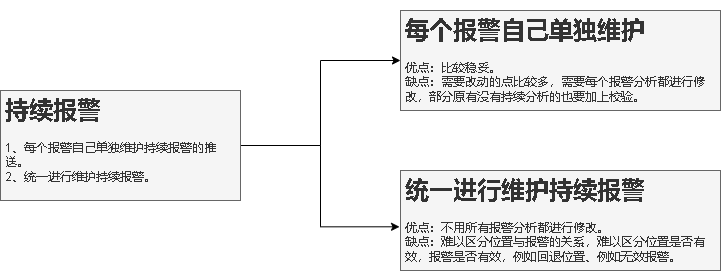
The draw.io diagram 持续报警.drawio.png in xktder/draw, before a commit. Source tidied: cells renumbered, new cells last; positions are measured from the earlier drawing's top-left corner, leaving out a move shared by most shapes.
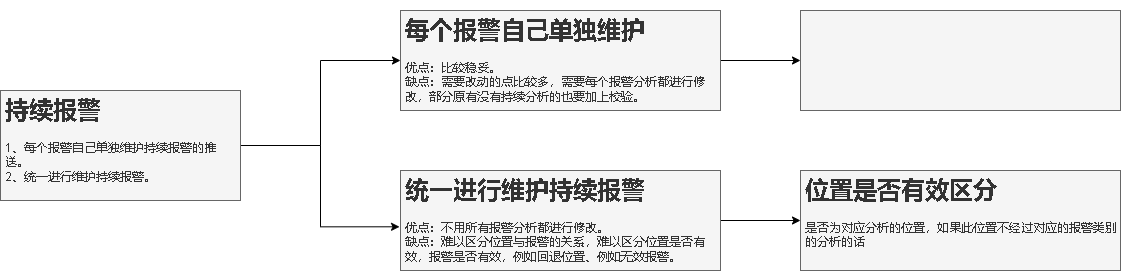
After the commit.

Commit message:
更新持续报警.drawio.png

Diff of the diagram source:
```diff
@@ -11,11 +11,23 @@
     <mxCell id="4" value="&lt;h1&gt;持续报警&lt;/h1&gt;&lt;div&gt;1、每个报警自己单独维护持续报警的推送。&lt;/div&gt;&lt;div&gt;2、统一进行维护持续报警。&lt;/div&gt;" style="text;html=1;spacing=5;spacingTop=-20;whiteSpace=wrap;overflow=hidden;rounded=0;fillColor=#f5f5f5;fontColor=#333333;strokeColor=#666666;" parent="1" vertex="1">
       <mxGeometry y="80" width="240" height="110" as="geometry" />
     </mxCell>
+    <mxCell id="7" style="edgeStyle=orthogonalEdgeStyle;rounded=0;jettySize=auto;html=1;" parent="1" edge="1" source="5" target="9">
+      <mxGeometry relative="1" as="geometry" />
+    </mxCell>
     <mxCell id="5" value="&lt;h1&gt;每个报警自己单独维护&lt;/h1&gt;&lt;div&gt;优点：比较稳妥。&lt;/div&gt;&lt;div&gt;缺点：需要改动的点比较多，需要每个报警分析都进行修改，部分原有没有持续分析的也要加上校验。&lt;/div&gt;" style="text;html=1;spacing=5;spacingTop=-20;whiteSpace=wrap;overflow=hidden;rounded=0;fillColor=#f5f5f5;fontColor=#333333;strokeColor=#666666;" parent="1" vertex="1">
       <mxGeometry x="400" width="320" height="100" as="geometry" />
     </mxCell>
+    <mxCell id="8" style="edgeStyle=orthogonalEdgeStyle;rounded=0;jettySize=auto;html=1;" parent="1" edge="1" source="6" target="10">
+      <mxGeometry relative="1" as="geometry" />
+    </mxCell>
     <mxCell id="6" value="&lt;h1&gt;统一进行维护持续报警&lt;/h1&gt;&lt;div&gt;优点：不用所有报警分析都进行修改。&lt;/div&gt;&lt;div&gt;缺点：难以区分位置与报警的关系，难以区分位置是否有效，报警是否有效，例如回退位置、例如无效报警。&lt;/div&gt;" style="text;html=1;spacing=5;spacingTop=-20;whiteSpace=wrap;overflow=hidden;rounded=0;fillColor=#f5f5f5;fontColor=#333333;strokeColor=#666666;" parent="1" vertex="1">
       <mxGeometry x="400" y="160" width="320" height="100" as="geometry" />
     </mxCell>
+    <mxCell id="9" value="&lt;h1&gt;&lt;br&gt;&lt;/h1&gt;" style="text;html=1;spacing=5;spacingTop=-20;whiteSpace=wrap;overflow=hidden;rounded=0;fillColor=#f5f5f5;fontColor=#333333;strokeColor=#666666;" parent="1" vertex="1">
+      <mxGeometry x="800" width="320" height="100" as="geometry" />
+    </mxCell>
+    <mxCell id="10" value="&lt;h1&gt;位置是否有效区分&lt;/h1&gt;&lt;div&gt;是否为对应分析的位置，如果此位置不经过对应的报警类别的分析的话&lt;/div&gt;" style="text;html=1;spacing=5;spacingTop=-20;whiteSpace=wrap;overflow=hidden;rounded=0;fillColor=#f5f5f5;fontColor=#333333;strokeColor=#666666;" parent="1" vertex="1">
+      <mxGeometry x="800" y="160" width="320" height="100" as="geometry" />
+    </mxCell>
   </root>
 </mxGraphModel>
```
